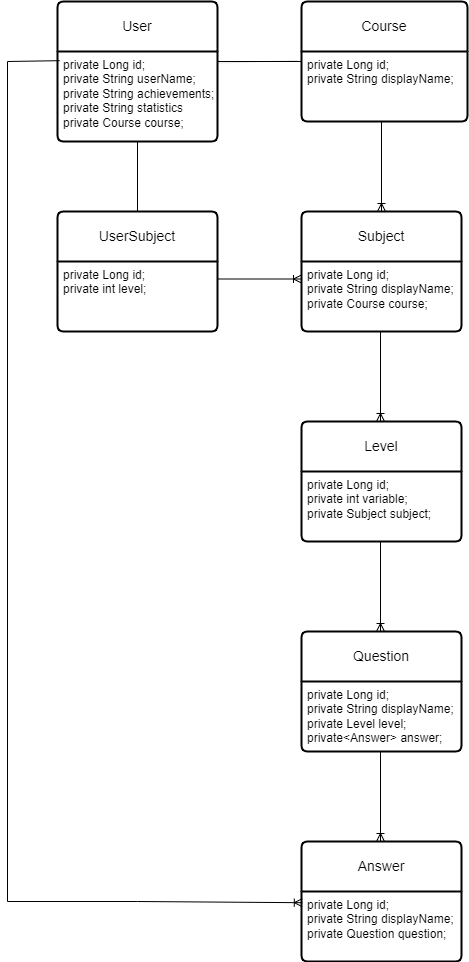
The draw.io diagram docs/relationship-diagram.png in TobiaszCh/CodeSage, before a commit. Source tidied: cells renumbered, new cells last; positions are measured from the earlier drawing's top-left corner, leaving out a move shared by most shapes.
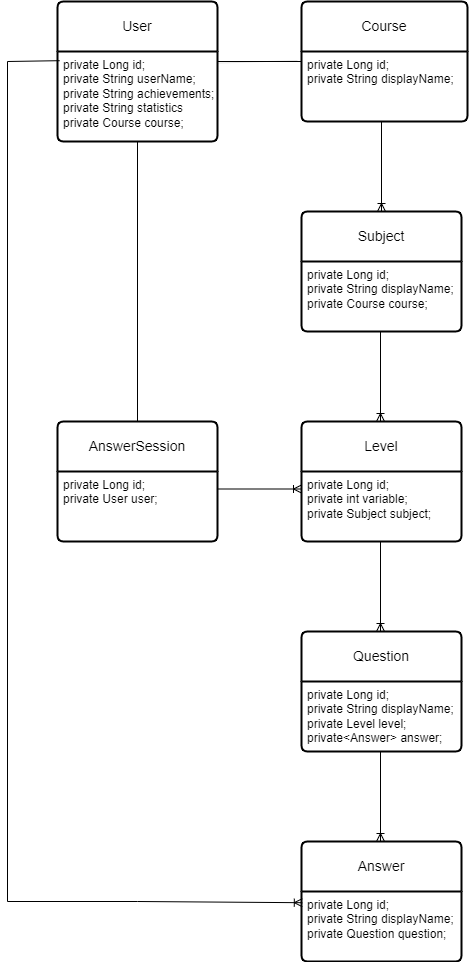
Later version of the same file.

Diff of the diagram source:
```diff
@@ -74,10 +74,10 @@
     <mxCell id="19" value="private Long id;&lt;br&gt;private String displayName;&lt;br style=&quot;border-color: var(--border-color);&quot;&gt;private Question question;" style="align=left;strokeColor=none;fillColor=none;spacingLeft=4;fontSize=12;verticalAlign=top;html=1;" parent="18" vertex="1">
       <mxGeometry y="50" width="160" height="70" as="geometry" />
     </mxCell>
-    <mxCell id="20" value="UserSubject" style="swimlane;horizontal=1;startSize=50;rounded=1;fontSize=14;fontStyle=0;strokeWidth=2;shadow=0;dashed=0;align=center;arcSize=4;whiteSpace=wrap;html=1;" parent="1" vertex="1">
-      <mxGeometry x="50" y="210" width="160" height="120" as="geometry" />
+    <mxCell id="20" value="AnswerSession" style="swimlane;horizontal=1;startSize=50;rounded=1;fontSize=14;fontStyle=0;strokeWidth=2;shadow=0;dashed=0;align=center;arcSize=4;whiteSpace=wrap;html=1;" parent="1" vertex="1">
+      <mxGeometry x="50" y="420" width="160" height="120" as="geometry" />
     </mxCell>
-    <mxCell id="21" value="private Long id;&lt;br&gt;private int level;" style="align=left;strokeColor=none;fillColor=none;spacingLeft=4;fontSize=12;verticalAlign=top;html=1;" parent="20" vertex="1">
+    <mxCell id="21" value="private Long id;&lt;br&gt;private User user;" style="align=left;strokeColor=none;fillColor=none;spacingLeft=4;fontSize=12;verticalAlign=top;html=1;" parent="20" vertex="1">
       <mxGeometry y="50" width="160" height="70" as="geometry" />
     </mxCell>
     <mxCell id="22" style="fontSize=12;html=1;endArrow=ERoneToMany;rounded=0;entryX=0.005;entryY=0.16;entryDx=0;entryDy=0;exitX=0.013;exitY=0.102;exitDx=0;exitDy=0;entryPerimeter=0;exitPerimeter=0;" parent="1" edge="1" source="11" target="19">
@@ -89,7 +89,7 @@
         </Array>
       </mxGeometry>
     </mxCell>
-    <mxCell id="23" style="fontSize=12;html=1;endArrow=ERoneToMany;rounded=0;entryX=0;entryY=0.25;entryDx=0;entryDy=0;exitX=1;exitY=0.25;exitDx=0;exitDy=0;" parent="1" edge="1" source="21" target="5">
+    <mxCell id="23" style="fontSize=12;html=1;endArrow=ERoneToMany;rounded=0;entryX=0;entryY=0.25;entryDx=0;entryDy=0;exitX=1;exitY=0.25;exitDx=0;exitDy=0;" parent="1" edge="1" source="21" target="9">
       <mxGeometry relative="1" as="geometry" />
     </mxCell>
     <mxCell id="24" style="endArrow=none;html=1;rounded=0;exitX=0.5;exitY=1;exitDx=0;exitDy=0;entryX=0.5;entryY=0;entryDx=0;entryDy=0;" parent="1" edge="1" source="11" target="20">
```
